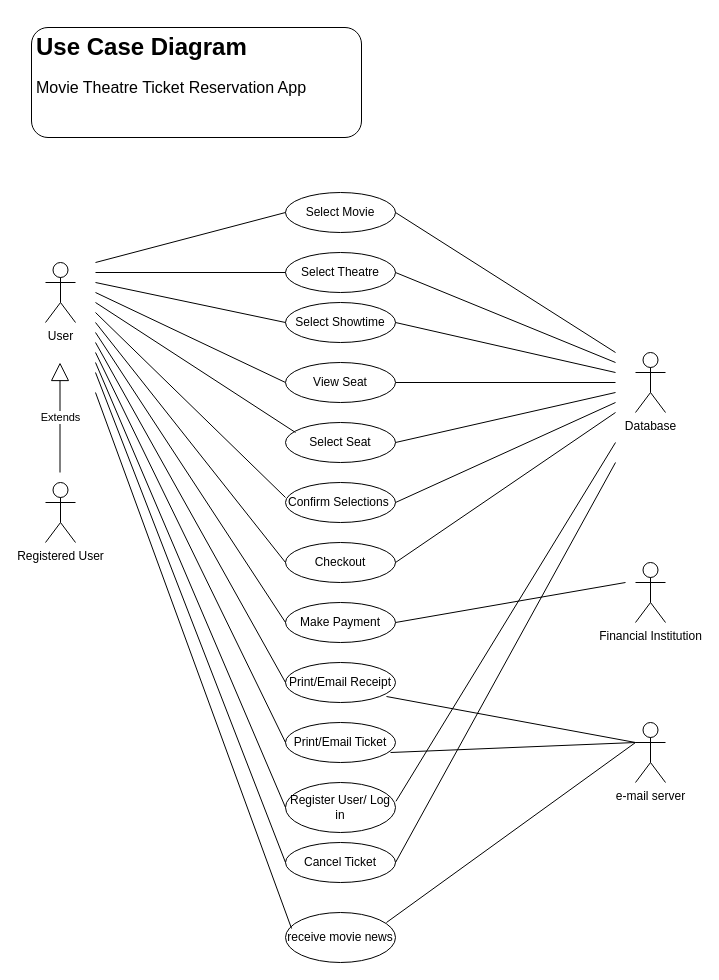
Before: page "Use Case Diagram" (1 of 3) of DesignPhase/614_Project_Diagrams.drawio in mjspk/ticketr, a draw.io diagram. Source tidied: cells renumbered, new cells numbered last; positions are measured from the earlier drawing's top-left corner, leaving out a move shared by most shapes. Both pictures are drawn from the tidied source at 100%, with x=0, y=0 at pixel (31, 27).
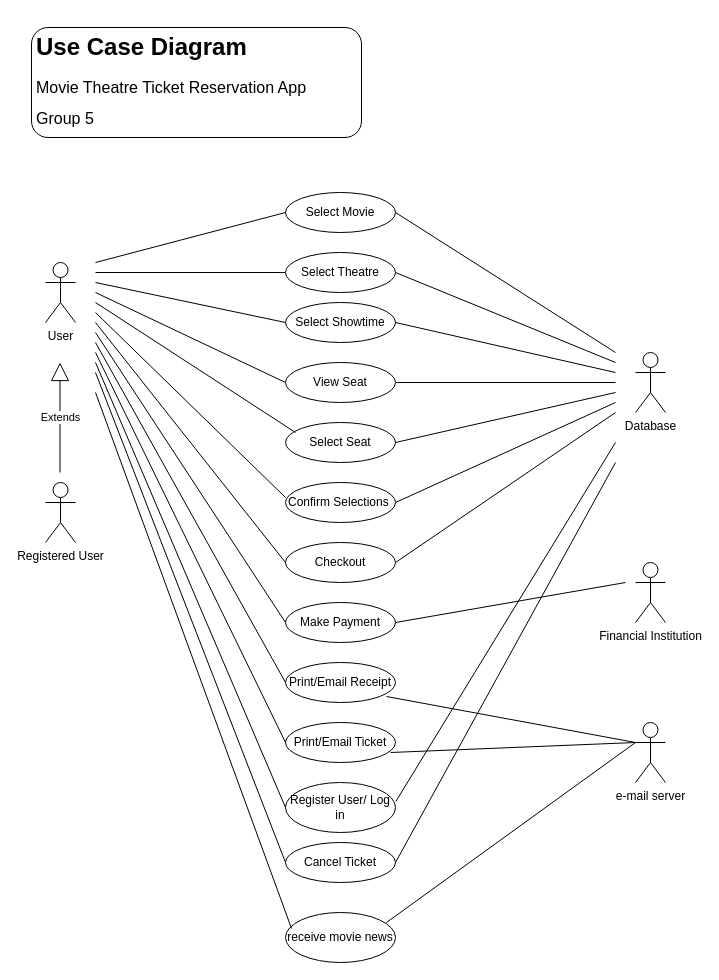
After the change.

What changed in the source:
```diff
@@
-    <mxCell id="47" value="&lt;h1&gt;Use Case Diagram&lt;/h1&gt;&lt;p&gt;&lt;font style=&quot;font-size: 16px;&quot;&gt;Movie Theatre Ticket Reservation App&lt;/font&gt;&lt;/p&gt;" style="text;html=1;strokeColor=default;fillColor=none;spacing=5;spacingTop=-20;whiteSpace=wrap;overflow=hidden;rounded=1;perimeterSpacing=3;" parent="1" vertex="1">
+    <mxCell id="47" value="&lt;h1&gt;Use Case Diagram&lt;/h1&gt;&lt;p&gt;&lt;font style=&quot;font-size: 16px;&quot;&gt;Movie Theatre Ticket Reservation App&lt;/font&gt;&lt;/p&gt;&lt;p&gt;&lt;font style=&quot;font-size: 16px;&quot;&gt;Group 5&lt;/font&gt;&lt;/p&gt;" style="text;html=1;strokeColor=default;fillColor=none;spacing=5;spacingTop=-20;whiteSpace=wrap;overflow=hidden;rounded=1;perimeterSpacing=3;" parent="1" vertex="1">
       <mxGeometry width="330" height="110" as="geometry" />
     </mxCell>
```
